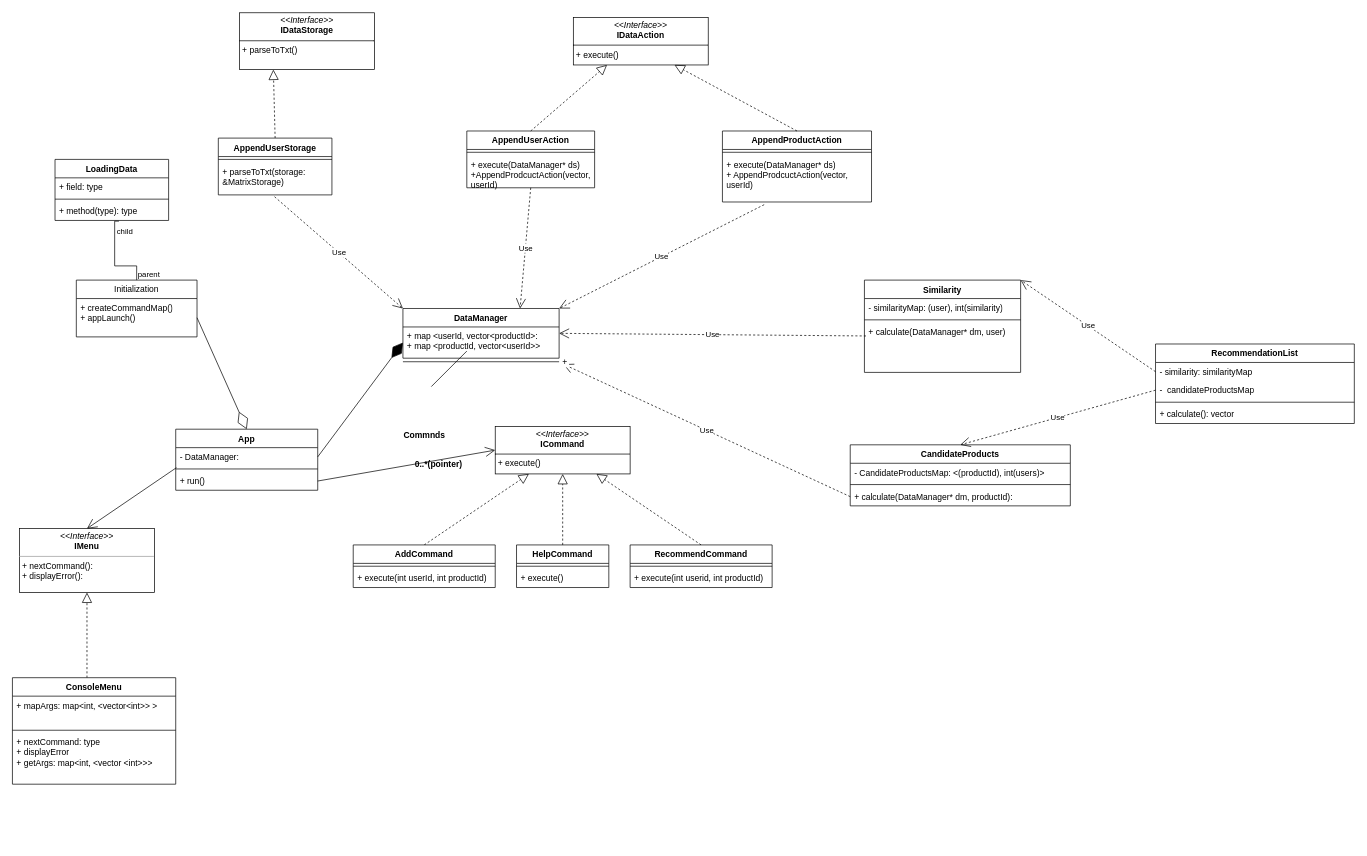
Earlier version of the draw.io diagram page "Страница — 1" (1 of 2) of doceumtation/uml/fullUmlDiagram.drawio (Vitalystriz/Project_ASP_2). Source tidied: cells renumbered, new cells numbered last; positions are measured from the earlier drawing's top-left corner, leaving out a move shared by most shapes. Both pictures are drawn from the tidied source at 71%, with x=0, y=0 at pixel (12, 13).
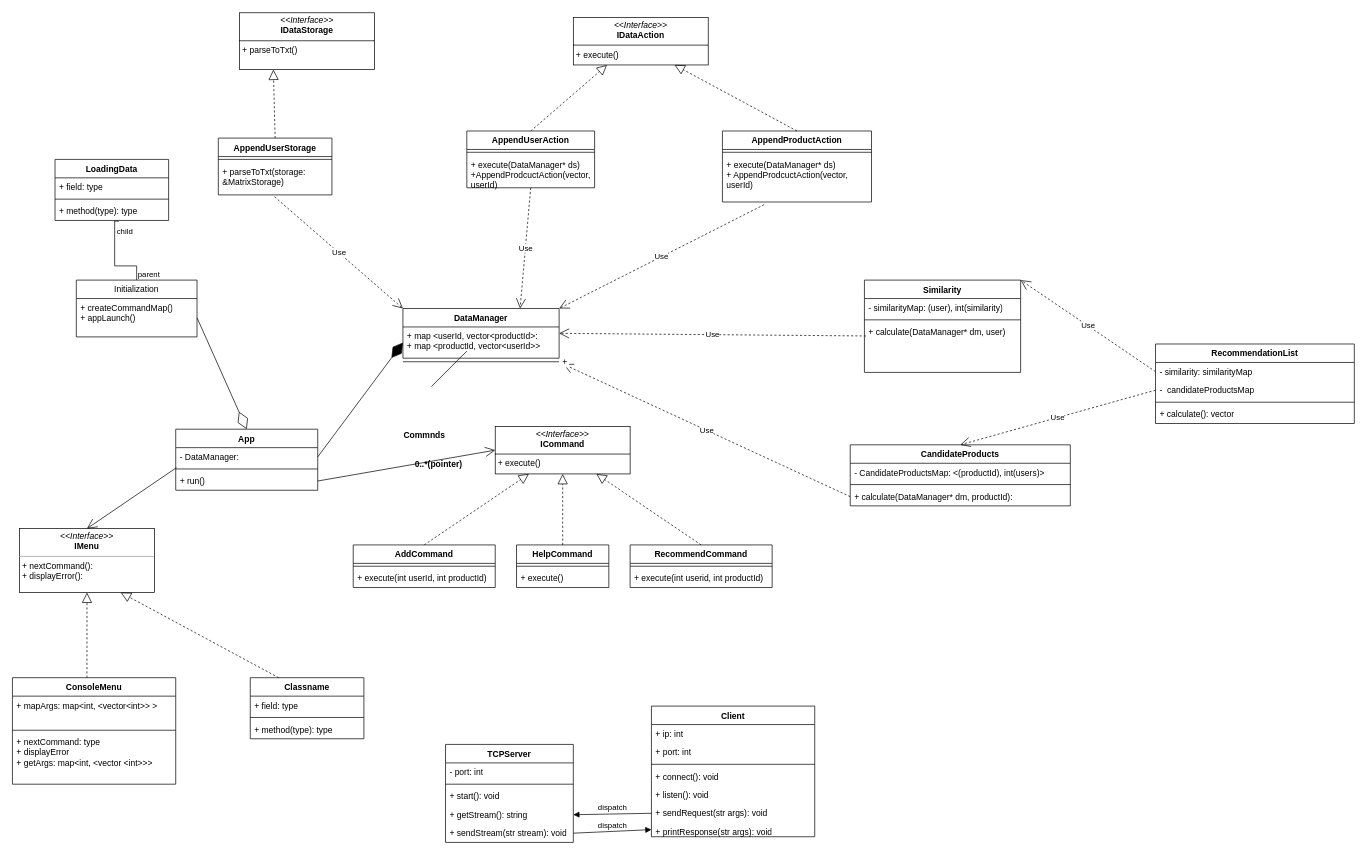
The same page after the edit.

The change refers to these unchanged cells:
```xml
<mxCell id="59" value="&lt;p style=&quot;margin:0px;margin-top:4px;text-align:center;&quot;&gt;&lt;i&gt;&amp;lt;&amp;lt;Interface&amp;gt;&amp;gt;&lt;/i&gt;&lt;br&gt;&lt;b&gt;IMenu&lt;/b&gt;&lt;/p&gt;&lt;hr size=&quot;1&quot;&gt;&lt;p style=&quot;margin:0px;margin-left:4px;&quot;&gt;+ nextCommand():&amp;nbsp;&lt;br&gt;+ displayError():&amp;nbsp;&lt;/p&gt;" style="verticalAlign=top;align=left;overflow=fill;fontSize=12;fontFamily=Helvetica;html=1;whiteSpace=wrap;" parent="1" vertex="1">
  <mxGeometry x="10" y="726" width="190" height="90" as="geometry" />
</mxCell>
```

Change to the diagram source:
```diff
@@
+    <mxCell id="78" value="TCPServer" style="swimlane;fontStyle=1;align=center;verticalAlign=top;horizontal=1;startSize=26;whiteSpace=wrap;html=1;" parent="1" vertex="1">
+      <mxGeometry x="610" y="1030" width="180" height="138" as="geometry" />
+    </mxCell>
+    <mxCell id="79" value="- port: int" style="text;strokeColor=none;fillColor=none;align=left;verticalAlign=top;spacingLeft=4;spacingRight=4;overflow=hidden;whiteSpace=wrap;html=1;" parent="78" vertex="1">
+      <mxGeometry y="26" width="180" height="26" as="geometry" />
+    </mxCell>
+    <mxCell id="80" style="line;strokeWidth=1;fillColor=none;align=left;verticalAlign=middle;spacingTop=-1;spacingLeft=3;spacingRight=3;labelPosition=right;strokeColor=inherit;" parent="78" vertex="1">
+      <mxGeometry y="52" width="180" height="8" as="geometry" />
+    </mxCell>
+    <mxCell id="81" value="+ start(): void" style="text;strokeColor=none;fillColor=none;align=left;verticalAlign=top;spacingLeft=4;spacingRight=4;overflow=hidden;whiteSpace=wrap;html=1;" parent="78" vertex="1">
+      <mxGeometry y="60" width="180" height="26" as="geometry" />
+    </mxCell>
+    <mxCell id="82" value="+ getStream(): string" style="text;strokeColor=none;fillColor=none;align=left;verticalAlign=top;spacingLeft=4;spacingRight=4;overflow=hidden;points=[[0,0.5],[1,0.5]];portConstraint=eastwest;whiteSpace=wrap;html=1;" parent="78" vertex="1">
+      <mxGeometry y="86" width="180" height="26" as="geometry" />
+    </mxCell>
+    <mxCell id="83" value="+ sendStream(str stream): void" style="text;strokeColor=none;fillColor=none;align=left;verticalAlign=top;spacingLeft=4;spacingRight=4;overflow=hidden;points=[[0,0.5],[1,0.5]];portConstraint=eastwest;whiteSpace=wrap;html=1;" parent="78" vertex="1">
+      <mxGeometry y="112" width="180" height="26" as="geometry" />
+    </mxCell>
+    <mxCell id="84" value="Client" style="swimlane;fontStyle=1;align=center;verticalAlign=top;horizontal=1;startSize=26;whiteSpace=wrap;html=1;" parent="1" vertex="1">
+      <mxGeometry x="900" y="976" width="230" height="184" as="geometry" />
+    </mxCell>
+    <mxCell id="85" value="+ ip: int" style="text;strokeColor=none;fillColor=none;align=left;verticalAlign=top;spacingLeft=4;spacingRight=4;overflow=hidden;whiteSpace=wrap;html=1;" parent="84" vertex="1">
+      <mxGeometry y="26" width="230" height="26" as="geometry" />
+    </mxCell>
+    <mxCell id="86" value="+ port: int" style="text;strokeColor=none;fillColor=none;align=left;verticalAlign=top;spacingLeft=4;spacingRight=4;overflow=hidden;whiteSpace=wrap;html=1;" parent="84" vertex="1">
+      <mxGeometry y="52" width="230" height="26" as="geometry" />
+    </mxCell>
+    <mxCell id="87" style="line;strokeWidth=1;fillColor=none;align=left;verticalAlign=middle;spacingTop=-1;spacingLeft=3;spacingRight=3;labelPosition=right;strokeColor=inherit;" parent="84" vertex="1">
+      <mxGeometry y="78" width="230" height="8" as="geometry" />
+    </mxCell>
+    <mxCell id="88" value="+ connect(): void" style="text;strokeColor=none;fillColor=none;align=left;verticalAlign=top;spacingLeft=4;spacingRight=4;overflow=hidden;whiteSpace=wrap;html=1;" parent="84" vertex="1">
+      <mxGeometry y="86" width="230" height="26" as="geometry" />
+    </mxCell>
+    <mxCell id="89" value="+ listen(): void" style="text;strokeColor=none;fillColor=none;align=left;verticalAlign=top;spacingLeft=4;spacingRight=4;overflow=hidden;whiteSpace=wrap;html=1;" parent="84" vertex="1">
+      <mxGeometry y="112" width="230" height="26" as="geometry" />
+    </mxCell>
+    <mxCell id="90" value="+ sendRequest(str args): void" style="text;strokeColor=none;fillColor=none;align=left;verticalAlign=top;spacingLeft=4;spacingRight=4;overflow=hidden;points=[[0,0.5],[1,0.5]];portConstraint=eastwest;whiteSpace=wrap;html=1;" parent="84" vertex="1">
+      <mxGeometry y="138" width="230" height="26" as="geometry" />
+    </mxCell>
+    <mxCell id="91" value="+ printResponse(str args): void" style="text;strokeColor=none;fillColor=none;align=left;verticalAlign=top;spacingLeft=4;spacingRight=4;overflow=hidden;points=[[0,0.5],[1,0.5]];portConstraint=eastwest;whiteSpace=wrap;html=1;" parent="84" vertex="1">
+      <mxGeometry y="164" width="230" height="20" as="geometry" />
+    </mxCell>
+    <mxCell id="92" value="dispatch" style="html=1;verticalAlign=bottom;endArrow=block;curved=0;rounded=0;exitX=0;exitY=0.5;exitDx=0;exitDy=0;entryX=1;entryY=0.5;entryDx=0;entryDy=0;" parent="1" edge="1" source="90" target="82">
+      <mxGeometry relative="1" as="geometry" />
+    </mxCell>
+    <mxCell id="93" value="dispatch" style="html=1;verticalAlign=bottom;endArrow=block;curved=0;rounded=0;exitX=1;exitY=0.5;exitDx=0;exitDy=0;entryX=0;entryY=0.5;entryDx=0;entryDy=0;" parent="1" edge="1" source="83" target="91">
+      <mxGeometry relative="1" as="geometry" />
+    </mxCell>
+    <mxCell id="94" value="Classname" style="swimlane;fontStyle=1;align=center;verticalAlign=top;horizontal=1;startSize=26;whiteSpace=wrap;html=1;" parent="1" vertex="1">
+      <mxGeometry x="335" y="936" width="160" height="86" as="geometry" />
+    </mxCell>
+    <mxCell id="95" value="+ field: type" style="text;strokeColor=none;fillColor=none;align=left;verticalAlign=top;spacingLeft=4;spacingRight=4;overflow=hidden;whiteSpace=wrap;html=1;" parent="94" vertex="1">
+      <mxGeometry y="26" width="160" height="26" as="geometry" />
+    </mxCell>
+    <mxCell id="96" style="line;strokeWidth=1;fillColor=none;align=left;verticalAlign=middle;spacingTop=-1;spacingLeft=3;spacingRight=3;labelPosition=right;strokeColor=inherit;" parent="94" vertex="1">
+      <mxGeometry y="52" width="160" height="8" as="geometry" />
+    </mxCell>
+    <mxCell id="97" value="+ method(type): type" style="text;strokeColor=none;fillColor=none;align=left;verticalAlign=top;spacingLeft=4;spacingRight=4;overflow=hidden;whiteSpace=wrap;html=1;" parent="94" vertex="1">
+      <mxGeometry y="60" width="160" height="26" as="geometry" />
+    </mxCell>
+    <mxCell id="98" style="endArrow=block;dashed=1;endFill=0;endSize=12;html=1;rounded=0;exitX=0.25;exitY=0;exitDx=0;exitDy=0;entryX=0.75;entryY=1;entryDx=0;entryDy=0;" parent="1" edge="1" source="94" target="59">
+      <mxGeometry relative="1" as="geometry" />
+    </mxCell>
```
